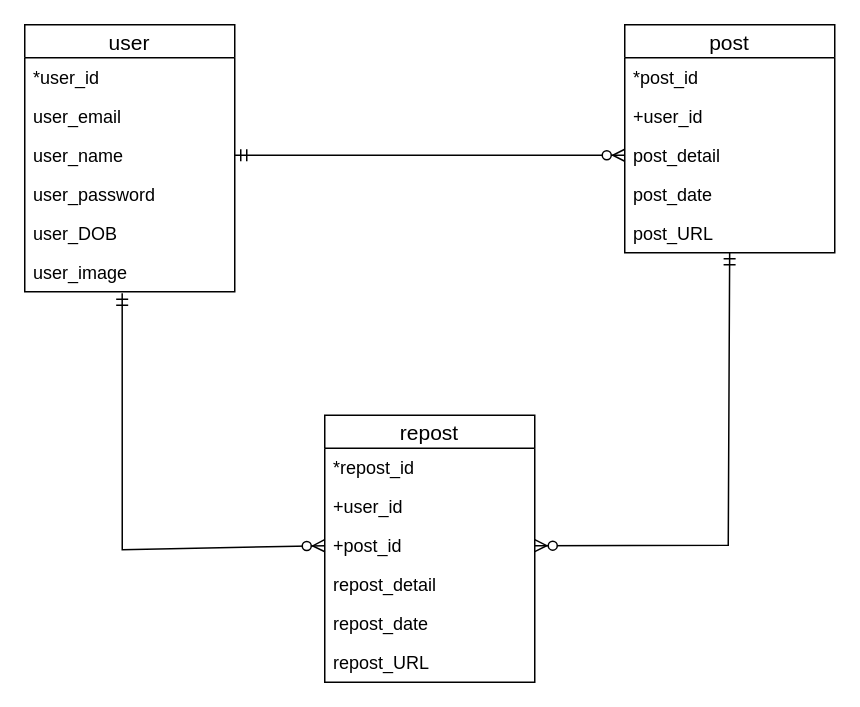
This is lab7/user_post_repost_ERD.drawio from irishpaladin/CS215_BasicWebsite, a draw.io file, before an edit. Source tidied: cells renumbered, new cells numbered last; positions are measured from the earlier drawing's top-left corner, leaving out a move shared by most shapes. Both pictures are drawn from the tidied source at 150%, with x=0, y=0 at pixel (24, 24).
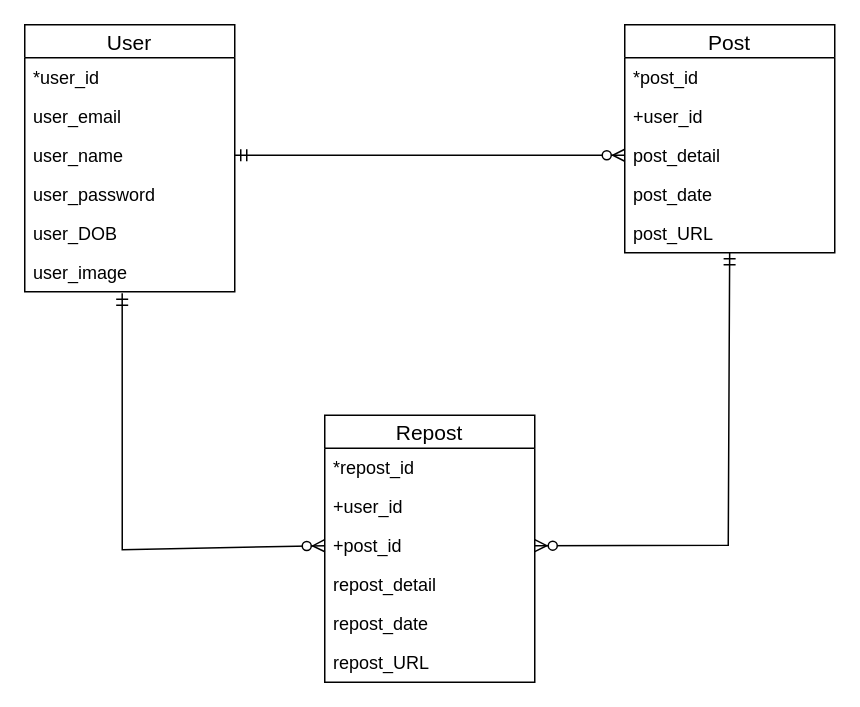
The same diagram, later.

The edit, as a diff of the source:
```diff
@@
-    <mxCell id="2" value="user" style="swimlane;fontStyle=0;horizontal=1;startSize=22;fillColor=none;swimlaneFillColor=#ffffff;align=center;fontSize=14;" parent="1" vertex="1">
+    <mxCell id="2" value="User" style="swimlane;fontStyle=0;horizontal=1;startSize=22;fillColor=none;swimlaneFillColor=#ffffff;align=center;fontSize=14;" parent="1" vertex="1">
       <mxGeometry width="140" height="178" as="geometry" />
     </mxCell>
@@
-    <mxCell id="9" value="post" style="swimlane;fontStyle=0;horizontal=1;startSize=22;fillColor=none;swimlaneFillColor=#ffffff;align=center;fontSize=14;" parent="1" vertex="1">
+    <mxCell id="9" value="Post" style="swimlane;fontStyle=0;horizontal=1;startSize=22;fillColor=none;swimlaneFillColor=#ffffff;align=center;fontSize=14;" parent="1" vertex="1">
       <mxGeometry x="400" width="140" height="152" as="geometry" />
     </mxCell>
@@
-    <mxCell id="15" value="repost" style="swimlane;fontStyle=0;horizontal=1;startSize=22;fillColor=none;swimlaneFillColor=#ffffff;align=center;fontSize=14;" parent="1" vertex="1">
+    <mxCell id="15" value="Repost" style="swimlane;fontStyle=0;horizontal=1;startSize=22;fillColor=none;swimlaneFillColor=#ffffff;align=center;fontSize=14;" parent="1" vertex="1">
       <mxGeometry x="200" y="260.3" width="140" height="178" as="geometry" />
     </mxCell>
```
